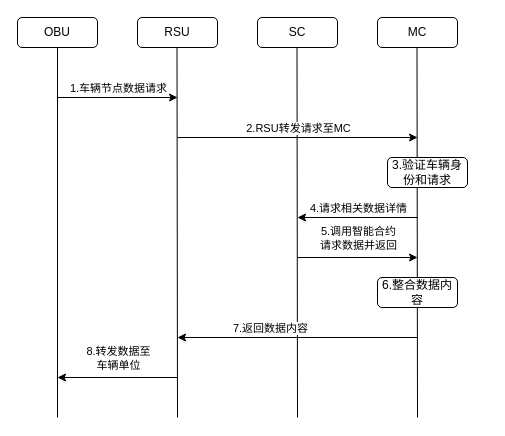
This is 数据请求流程 的英文.drawio from burnandgun/diagrams, a draw.io file, before an edit. Source tidied: cells renumbered, new cells numbered last; positions are measured from the earlier drawing's top-left corner, leaving out a move shared by most shapes. Both pictures are drawn from the tidied source at 100%, with x=0, y=0 at pixel (17, 17).
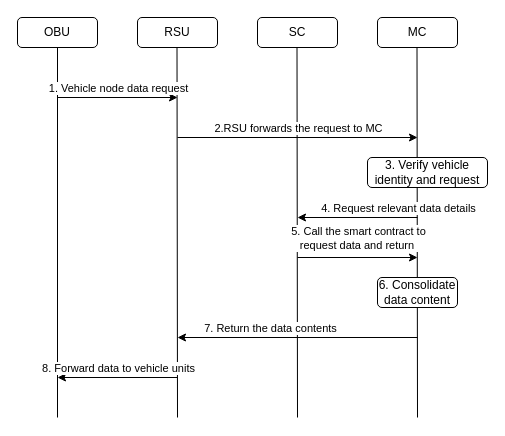
The same diagram, later.

Commit message:
更新数据请求流程 的英文.drawio

The change refers to these unchanged cells:
```xml
<mxCell id="10" style="endArrow=classic;html=1;rounded=0;" parent="1" edge="1">
  <mxGeometry relative="1" as="geometry">
    <mxPoint x="40" y="80" as="sourcePoint" />
    <mxPoint x="160" y="80" as="targetPoint" />
  </mxGeometry>
</mxCell>
<mxCell id="13" style="endArrow=classic;html=1;rounded=0;" parent="1" edge="1">
  <mxGeometry relative="1" as="geometry">
    <mxPoint x="160" y="120" as="sourcePoint" />
    <mxPoint x="400" y="120" as="targetPoint" />
  </mxGeometry>
</mxCell>
<mxCell id="15" style="endArrow=classic;html=1;rounded=0;" parent="1" edge="1">
  <mxGeometry relative="1" as="geometry">
    <mxPoint x="400" y="200" as="sourcePoint" />
    <mxPoint x="280" y="200" as="targetPoint" />
  </mxGeometry>
</mxCell>
<mxCell id="17" style="endArrow=classic;html=1;rounded=0;" parent="1" edge="1">
  <mxGeometry relative="1" as="geometry">
    <mxPoint x="400" y="320" as="sourcePoint" />
    <mxPoint x="160" y="320" as="targetPoint" />
  </mxGeometry>
</mxCell>
<mxCell id="19" style="endArrow=classic;html=1;rounded=0;" parent="1" edge="1">
  <mxGeometry relative="1" as="geometry">
    <mxPoint x="280" y="240" as="sourcePoint" />
    <mxPoint x="400" y="240" as="targetPoint" />
  </mxGeometry>
</mxCell>
<mxCell id="22" style="endArrow=classic;html=1;rounded=0;" parent="1" edge="1">
  <mxGeometry relative="1" as="geometry">
    <mxPoint x="160" y="360" as="sourcePoint" />
    <mxPoint x="40" y="360" as="targetPoint" />
  </mxGeometry>
</mxCell>
```

What changed in the source:
```diff
@@
-    <mxCell id="11" value="1.车辆节点数据请求" style="edgeLabel;html=1;align=center;verticalAlign=middle;" parent="10" vertex="1">
+    <mxCell id="11" value="1. Vehicle node data request" style="edgeLabel;html=1;align=center;verticalAlign=middle;" parent="10" vertex="1">
       <mxGeometry x="0.47" y="-1" relative="1" as="geometry">
         <mxPoint x="-28" y="-11" as="offset" />
       </mxGeometry>
     </mxCell>
-    <mxCell id="12" value="3.验证车辆身份和请求" style="rounded=1;whiteSpace=wrap;html=1;" parent="1" vertex="1">
-      <mxGeometry x="370" y="140" width="80" height="30" as="geometry" />
+    <mxCell id="12" value="3. Verify vehicle identity and request" style="rounded=1;whiteSpace=wrap;html=1;" parent="1" vertex="1">
+      <mxGeometry x="350" y="140" width="120" height="30" as="geometry" />
     </mxCell>
@@
-    <mxCell id="14" value="2.RSU转发请求至MC" style="edgeLabel;html=1;align=center;verticalAlign=middle;" parent="13" vertex="1">
+    <mxCell id="14" value="2.RSU forwards the request to MC" style="edgeLabel;html=1;align=center;verticalAlign=middle;" parent="13" vertex="1">
       <mxGeometry x="0.47" y="-1" relative="1" as="geometry">
         <mxPoint x="-56" y="-11" as="offset" />
       </mxGeometry>
     </mxCell>
@@
-    <mxCell id="16" value="4.请求相关数据详情" style="edgeLabel;html=1;align=center;verticalAlign=middle;" parent="15" vertex="1">
+    <mxCell id="16" value="4. Request relevant data details" style="edgeLabel;html=1;align=center;verticalAlign=middle;" parent="15" vertex="1">
       <mxGeometry x="0.47" y="-1" relative="1" as="geometry">
-        <mxPoint x="28" y="-9" as="offset" />
+        <mxPoint x="68" y="-9" as="offset" />
       </mxGeometry>
     </mxCell>
@@
-    <mxCell id="18" value="7.返回数据内容" style="edgeLabel;html=1;align=center;verticalAlign=middle;" parent="17" vertex="1">
+    <mxCell id="18" value="7. Return the data contents" style="edgeLabel;html=1;align=center;verticalAlign=middle;" parent="17" vertex="1">
       <mxGeometry x="0.47" y="-1" relative="1" as="geometry">
         <mxPoint x="28" y="-9" as="offset" />
       </mxGeometry>
     </mxCell>
@@
-    <mxCell id="20" value="5.调用智能合约&lt;br&gt;请求数据并返回" style="edgeLabel;html=1;align=center;verticalAlign=middle;" parent="19" vertex="1">
+    <mxCell id="20" value="5. Call the smart contract to &lt;br&gt;request data and return&amp;nbsp;" style="edgeLabel;html=1;align=center;verticalAlign=middle;" parent="19" vertex="1">
       <mxGeometry x="0.47" y="-1" relative="1" as="geometry">
         <mxPoint x="-28" y="-21" as="offset" />
       </mxGeometry>
     </mxCell>
-    <mxCell id="21" value="6.整合数据内容" style="rounded=1;whiteSpace=wrap;html=1;" parent="1" vertex="1">
+    <mxCell id="21" value="6. Consolidate data content" style="rounded=1;whiteSpace=wrap;html=1;" parent="1" vertex="1">
       <mxGeometry x="360" y="260" width="80" height="30" as="geometry" />
     </mxCell>
@@
-    <mxCell id="23" value="8.转发数据至&lt;br&gt;车辆单位" style="edgeLabel;html=1;align=center;verticalAlign=middle;" parent="22" vertex="1">
+    <mxCell id="23" value="8. Forward data to vehicle units" style="edgeLabel;html=1;align=center;verticalAlign=middle;" parent="22" vertex="1">
       <mxGeometry x="0.47" y="-1" relative="1" as="geometry">
-        <mxPoint x="28" y="-19" as="offset" />
+        <mxPoint x="28" y="-9" as="offset" />
       </mxGeometry>
     </mxCell>
```
